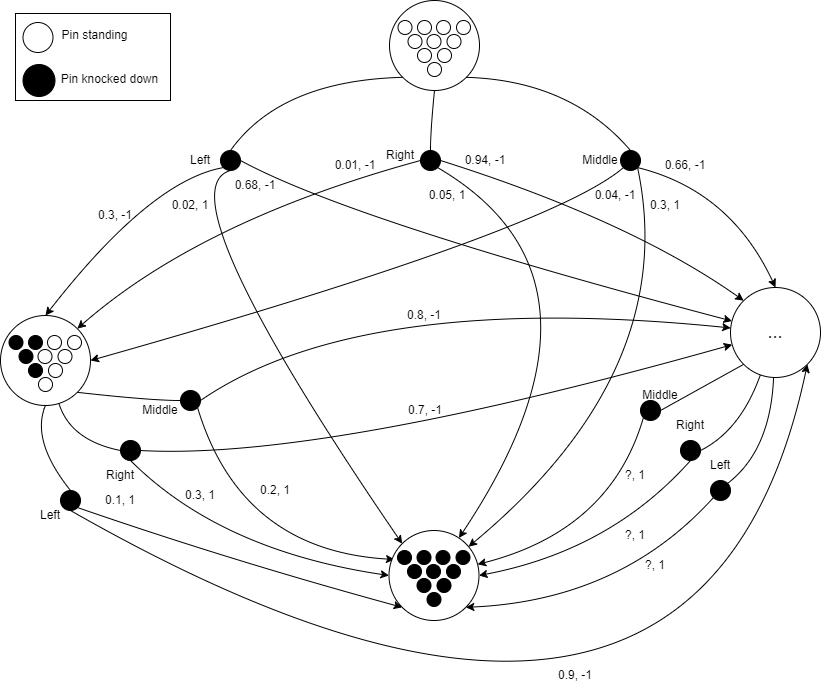
This is RL_Lab2-MDPs_MDP2.drawio.png from MaksimKarnaukh/RL, a draw.io export, as it was before one commit. Source tidied: cells renumbered, new cells last; positions are measured from the earlier drawing's top-left corner, leaving out a move shared by most shapes.
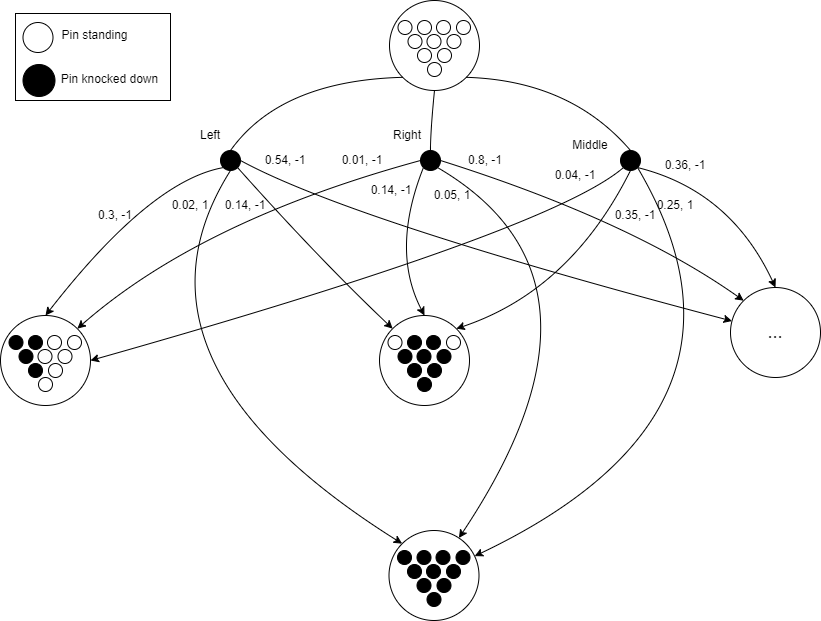
Later version of the same file.

Change to the diagram source:
```diff
@@ -9,7 +9,7 @@
       <mxGeometry x="220" y="150" width="20" height="20" as="geometry" />
     </mxCell>
     <mxCell id="4" value="Left" style="text;html=1;strokeColor=none;fillColor=none;align=center;verticalAlign=middle;whiteSpace=wrap;rounded=0;" parent="1" vertex="1">
-      <mxGeometry x="160" y="145" width="80" height="30" as="geometry" />
+      <mxGeometry x="170" y="120" width="80" height="30" as="geometry" />
     </mxCell>
     <mxCell id="5" style="ellipse;whiteSpace=wrap;html=1;fillColor=#000000;" parent="1" vertex="1">
       <mxGeometry x="420" y="150" width="20" height="20" as="geometry" />
@@ -18,10 +18,10 @@
       <mxGeometry x="620" y="150" width="20" height="20" as="geometry" />
     </mxCell>
     <mxCell id="7" value="Right" style="text;html=1;strokeColor=none;fillColor=none;align=center;verticalAlign=middle;whiteSpace=wrap;rounded=0;" parent="1" vertex="1">
-      <mxGeometry x="360" y="140" width="80" height="30" as="geometry" />
+      <mxGeometry x="366.5" y="120" width="80" height="30" as="geometry" />
     </mxCell>
     <mxCell id="8" value="Middle" style="text;html=1;strokeColor=none;fillColor=none;align=center;verticalAlign=middle;whiteSpace=wrap;rounded=0;" parent="1" vertex="1">
-      <mxGeometry x="560" y="145" width="80" height="30" as="geometry" />
+      <mxGeometry x="550" y="130" width="80" height="30" as="geometry" />
     </mxCell>
     <mxCell id="9" style="curved=1;endArrow=none;html=1;rounded=0;exitX=0;exitY=1;exitDx=0;exitDy=0;entryX=0.5;entryY=0;entryDx=0;entryDy=0;" parent="1" edge="1" source="2" target="3">
       <mxGeometry relative="1" as="geometry">
@@ -61,7 +61,7 @@
     <mxCell id="14" style="curved=1;endArrow=classic;html=1;rounded=0;exitX=0.5;exitY=1;exitDx=0;exitDy=0;entryX=0;entryY=0;entryDx=0;entryDy=0;" parent="1" edge="1" source="3" target="76">
       <mxGeometry relative="1" as="geometry">
         <Array as="points">
-          <mxPoint x="160" y="190" />
+          <mxPoint x="110" y="360" />
         </Array>
       </mxGeometry>
     </mxCell>
@@ -103,201 +103,37 @@
     <mxCell id="20" style="curved=1;endArrow=classic;html=1;rounded=0;exitX=1;exitY=1;exitDx=0;exitDy=0;" parent="1" edge="1" source="6" target="76">
       <mxGeometry relative="1" as="geometry">
         <Array as="points">
-          <mxPoint x="680" y="370" />
+          <mxPoint x="780" y="410" />
         </Array>
       </mxGeometry>
     </mxCell>
-    <mxCell id="21" style="ellipse;whiteSpace=wrap;html=1;fillColor=#000000;" parent="1" vertex="1">
-      <mxGeometry x="120" y="440" width="20" height="20" as="geometry" />
-    </mxCell>
-    <mxCell id="22" style="ellipse;whiteSpace=wrap;html=1;fillColor=#000000;" parent="1" vertex="1">
-      <mxGeometry x="680" y="440" width="20" height="20" as="geometry" />
-    </mxCell>
-    <mxCell id="23" style="curved=1;endArrow=none;html=1;rounded=0;entryX=0;entryY=0.5;entryDx=0;entryDy=0;" parent="1" edge="1" source="87" target="21">
-      <mxGeometry relative="1" as="geometry">
-        <Array as="points">
-          <mxPoint x="70" y="440" />
-        </Array>
-      </mxGeometry>
-    </mxCell>
-    <mxCell id="24" style="curved=1;endArrow=none;html=1;rounded=0;entryX=1;entryY=0.5;entryDx=0;entryDy=0;" parent="1" edge="1" source="98" target="22">
-      <mxGeometry relative="1" as="geometry">
-        <Array as="points">
-          <mxPoint x="740" y="430" />
-        </Array>
-      </mxGeometry>
-    </mxCell>
-    <mxCell id="25" style="curved=1;endArrow=classic;html=1;rounded=0;exitX=0.5;exitY=1;exitDx=0;exitDy=0;entryX=1;entryY=0.5;entryDx=0;entryDy=0;" parent="1" edge="1" source="22" target="76">
-      <mxGeometry relative="1" as="geometry">
-        <Array as="points">
-          <mxPoint x="610" y="550" />
-        </Array>
-      </mxGeometry>
-    </mxCell>
-    <mxCell id="26" style="curved=1;endArrow=classic;html=1;rounded=0;exitX=1;exitY=0.5;exitDx=0;exitDy=0;" parent="1" edge="1" source="21" target="98">
-      <mxGeometry relative="1" as="geometry">
-        <Array as="points">
-          <mxPoint x="320" y="460" />
-        </Array>
-      </mxGeometry>
-    </mxCell>
-    <mxCell id="27" style="curved=1;endArrow=classic;html=1;rounded=0;exitX=0.5;exitY=1;exitDx=0;exitDy=0;entryX=0;entryY=0.5;entryDx=0;entryDy=0;" parent="1" edge="1" source="21" target="76">
-      <mxGeometry relative="1" as="geometry">
-        <Array as="points">
-          <mxPoint x="220" y="550" />
-        </Array>
-      </mxGeometry>
-    </mxCell>
-    <mxCell id="28" style="ellipse;whiteSpace=wrap;html=1;fillColor=#000000;" parent="1" vertex="1">
-      <mxGeometry x="180" y="390" width="20" height="20" as="geometry" />
-    </mxCell>
-    <mxCell id="29" style="ellipse;whiteSpace=wrap;html=1;fillColor=#000000;" parent="1" vertex="1">
-      <mxGeometry x="60" y="490" width="20" height="20" as="geometry" />
-    </mxCell>
-    <mxCell id="30" style="ellipse;whiteSpace=wrap;html=1;fillColor=#000000;" parent="1" vertex="1">
-      <mxGeometry x="640" y="400" width="20" height="20" as="geometry" />
-    </mxCell>
-    <mxCell id="31" style="ellipse;whiteSpace=wrap;html=1;fillColor=#000000;" parent="1" vertex="1">
-      <mxGeometry x="710" y="480" width="20" height="20" as="geometry" />
-    </mxCell>
-    <mxCell id="32" style="curved=1;endArrow=none;html=1;rounded=0;exitX=1;exitY=1;exitDx=0;exitDy=0;entryX=0;entryY=0.5;entryDx=0;entryDy=0;" parent="1" edge="1" source="87" target="28">
-      <mxGeometry relative="1" as="geometry">
-        <Array as="points">
-          <mxPoint x="150" y="400" />
-        </Array>
-      </mxGeometry>
-    </mxCell>
-    <mxCell id="33" style="curved=1;endArrow=none;html=1;rounded=0;exitX=0.5;exitY=1;exitDx=0;exitDy=0;entryX=0.5;entryY=0;entryDx=0;entryDy=0;" parent="1" edge="1" source="87" target="29">
-      <mxGeometry relative="1" as="geometry">
-        <Array as="points">
-          <mxPoint x="30" y="440" />
-        </Array>
-      </mxGeometry>
-    </mxCell>
-    <mxCell id="34" style="curved=1;endArrow=none;html=1;rounded=0;exitX=0;exitY=1;exitDx=0;exitDy=0;entryX=1;entryY=0.5;entryDx=0;entryDy=0;" parent="1" edge="1" source="98" target="30">
-      <mxGeometry relative="1" as="geometry" />
-    </mxCell>
-    <mxCell id="35" style="curved=1;endArrow=none;html=1;rounded=0;entryX=1;entryY=0;entryDx=0;entryDy=0;" parent="1" edge="1" source="98" target="31">
-      <mxGeometry relative="1" as="geometry">
-        <Array as="points">
-          <mxPoint x="770" y="450" />
-        </Array>
-      </mxGeometry>
-    </mxCell>
-    <mxCell id="36" style="curved=1;endArrow=classic;html=1;rounded=0;exitX=1;exitY=1;exitDx=0;exitDy=0;entryX=0;entryY=1;entryDx=0;entryDy=0;" parent="1" edge="1" source="29" target="76">
-      <mxGeometry relative="1" as="geometry">
-        <Array as="points">
-          <mxPoint x="230" y="560" />
-        </Array>
-      </mxGeometry>
-    </mxCell>
-    <mxCell id="37" style="curved=1;endArrow=classic;html=1;rounded=0;exitX=1;exitY=1;exitDx=0;exitDy=0;entryX=0.061;entryY=0.322;entryDx=0;entryDy=0;entryPerimeter=0;" parent="1" edge="1" source="28" target="76">
-      <mxGeometry relative="1" as="geometry">
-        <Array as="points">
-          <mxPoint x="240" y="550" />
-        </Array>
-      </mxGeometry>
-    </mxCell>
-    <mxCell id="38" style="curved=1;endArrow=classic;html=1;rounded=0;exitX=1;exitY=0.5;exitDx=0;exitDy=0;" parent="1" edge="1" source="28" target="98">
-      <mxGeometry relative="1" as="geometry">
-        <Array as="points">
-          <mxPoint x="360" y="290" />
-        </Array>
-      </mxGeometry>
-    </mxCell>
-    <mxCell id="39" style="curved=1;endArrow=classic;html=1;rounded=0;exitX=0;exitY=1;exitDx=0;exitDy=0;entryX=1;entryY=1;entryDx=0;entryDy=0;" parent="1" edge="1" source="31" target="76">
-      <mxGeometry relative="1" as="geometry">
-        <Array as="points">
-          <mxPoint x="620" y="600" />
-        </Array>
-      </mxGeometry>
-    </mxCell>
-    <mxCell id="40" style="curved=1;endArrow=classic;html=1;rounded=0;exitX=0;exitY=1;exitDx=0;exitDy=0;" parent="1" edge="1" source="30" target="76">
-      <mxGeometry relative="1" as="geometry">
-        <Array as="points">
-          <mxPoint x="610" y="530" />
-        </Array>
-      </mxGeometry>
-    </mxCell>
-    <mxCell id="41" style="curved=1;endArrow=classic;html=1;rounded=0;exitX=0.5;exitY=1;exitDx=0;exitDy=0;entryX=1;entryY=1;entryDx=0;entryDy=0;" parent="1" edge="1" source="29" target="98">
-      <mxGeometry relative="1" as="geometry">
-        <Array as="points">
-          <mxPoint x="700" y="870" />
-        </Array>
-      </mxGeometry>
-    </mxCell>
-    <mxCell id="42" value="Left" style="text;html=1;strokeColor=none;fillColor=none;align=center;verticalAlign=middle;whiteSpace=wrap;rounded=0;" parent="1" vertex="1">
-      <mxGeometry x="10" y="500" width="80" height="30" as="geometry" />
-    </mxCell>
-    <mxCell id="43" value="Right" style="text;html=1;strokeColor=none;fillColor=none;align=center;verticalAlign=middle;whiteSpace=wrap;rounded=0;" parent="1" vertex="1">
-      <mxGeometry x="80" y="460" width="80" height="30" as="geometry" />
-    </mxCell>
-    <mxCell id="44" value="Middle" style="text;html=1;strokeColor=none;fillColor=none;align=center;verticalAlign=middle;whiteSpace=wrap;rounded=0;" parent="1" vertex="1">
-      <mxGeometry x="120" y="395" width="80" height="30" as="geometry" />
-    </mxCell>
-    <mxCell id="45" value="Middle" style="text;html=1;strokeColor=none;fillColor=none;align=center;verticalAlign=middle;whiteSpace=wrap;rounded=0;" parent="1" vertex="1">
-      <mxGeometry x="620" y="380" width="80" height="30" as="geometry" />
-    </mxCell>
-    <mxCell id="46" value="Right" style="text;html=1;strokeColor=none;fillColor=none;align=center;verticalAlign=middle;whiteSpace=wrap;rounded=0;" parent="1" vertex="1">
-      <mxGeometry x="650" y="410" width="80" height="30" as="geometry" />
-    </mxCell>
-    <mxCell id="47" value="Left" style="text;html=1;strokeColor=none;fillColor=none;align=center;verticalAlign=middle;whiteSpace=wrap;rounded=0;" parent="1" vertex="1">
-      <mxGeometry x="680" y="450" width="80" height="30" as="geometry" />
-    </mxCell>
     <mxCell id="48" value="0.3, -1" style="text;html=1;strokeColor=none;fillColor=none;align=center;verticalAlign=middle;whiteSpace=wrap;rounded=0;" parent="1" vertex="1">
       <mxGeometry x="80" y="200" width="70" height="30" as="geometry" />
     </mxCell>
     <mxCell id="49" value="0.02, 1" style="text;html=1;strokeColor=none;fillColor=none;align=center;verticalAlign=middle;whiteSpace=wrap;rounded=0;" parent="1" vertex="1">
       <mxGeometry x="155" y="190" width="70" height="30" as="geometry" />
     </mxCell>
-    <mxCell id="50" value="0.68, -1" style="text;html=1;strokeColor=none;fillColor=none;align=center;verticalAlign=middle;whiteSpace=wrap;rounded=0;" parent="1" vertex="1">
-      <mxGeometry x="220" y="170" width="70" height="30" as="geometry" />
+    <mxCell id="50" value="0.54, -1" style="text;html=1;strokeColor=none;fillColor=none;align=center;verticalAlign=middle;whiteSpace=wrap;rounded=0;" parent="1" vertex="1">
+      <mxGeometry x="250" y="145" width="70" height="30" as="geometry" />
     </mxCell>
     <mxCell id="51" value="0.01, -1" style="text;html=1;strokeColor=none;fillColor=none;align=center;verticalAlign=middle;whiteSpace=wrap;rounded=0;" parent="1" vertex="1">
-      <mxGeometry x="320" y="150" width="70" height="30" as="geometry" />
+      <mxGeometry x="327" y="145" width="70" height="30" as="geometry" />
     </mxCell>
     <mxCell id="52" value="0.05, 1" style="text;html=1;strokeColor=none;fillColor=none;align=center;verticalAlign=middle;whiteSpace=wrap;rounded=0;" parent="1" vertex="1">
-      <mxGeometry x="411.5" y="180" width="70" height="30" as="geometry" />
+      <mxGeometry x="416.5" y="180" width="70" height="30" as="geometry" />
     </mxCell>
-    <mxCell id="53" value="0.94, -1" style="text;html=1;strokeColor=none;fillColor=none;align=center;verticalAlign=middle;whiteSpace=wrap;rounded=0;" parent="1" vertex="1">
+    <mxCell id="53" value="0.8, -1" style="text;html=1;strokeColor=none;fillColor=none;align=center;verticalAlign=middle;whiteSpace=wrap;rounded=0;" parent="1" vertex="1">
       <mxGeometry x="450" y="145" width="70" height="30" as="geometry" />
     </mxCell>
-    <mxCell id="54" value="0.66, -1" style="text;html=1;strokeColor=none;fillColor=none;align=center;verticalAlign=middle;whiteSpace=wrap;rounded=0;" parent="1" vertex="1">
+    <mxCell id="54" value="0.36, -1" style="text;html=1;strokeColor=none;fillColor=none;align=center;verticalAlign=middle;whiteSpace=wrap;rounded=0;" parent="1" vertex="1">
       <mxGeometry x="650" y="150" width="70" height="30" as="geometry" />
     </mxCell>
-    <mxCell id="55" value="0.3, 1" style="text;html=1;strokeColor=none;fillColor=none;align=center;verticalAlign=middle;whiteSpace=wrap;rounded=0;" parent="1" vertex="1">
-      <mxGeometry x="630" y="190" width="70" height="30" as="geometry" />
+    <mxCell id="55" value="0.25, 1" style="text;html=1;strokeColor=none;fillColor=none;align=center;verticalAlign=middle;whiteSpace=wrap;rounded=0;" parent="1" vertex="1">
+      <mxGeometry x="640" y="190" width="70" height="30" as="geometry" />
     </mxCell>
     <mxCell id="56" value="0.04, -1" style="text;html=1;strokeColor=none;fillColor=none;align=center;verticalAlign=middle;whiteSpace=wrap;rounded=0;" parent="1" vertex="1">
-      <mxGeometry x="580" y="180" width="70" height="30" as="geometry" />
+      <mxGeometry x="540" y="160" width="70" height="30" as="geometry" />
     </mxCell>
-    <mxCell id="57" value="0.8, -1" style="text;html=1;strokeColor=none;fillColor=none;align=center;verticalAlign=middle;whiteSpace=wrap;rounded=0;" parent="1" vertex="1">
-      <mxGeometry x="389" y="300" width="70" height="30" as="geometry" />
-    </mxCell>
-    <mxCell id="58" value="0.7, -1" style="text;html=1;strokeColor=none;fillColor=none;align=center;verticalAlign=middle;whiteSpace=wrap;rounded=0;" parent="1" vertex="1">
-      <mxGeometry x="390" y="395" width="70" height="30" as="geometry" />
-    </mxCell>
-    <mxCell id="59" value="0.2, 1" style="text;html=1;strokeColor=none;fillColor=none;align=center;verticalAlign=middle;whiteSpace=wrap;rounded=0;" parent="1" vertex="1">
-      <mxGeometry x="240" y="475" width="70" height="30" as="geometry" />
-    </mxCell>
-    <mxCell id="60" value="0.3, 1" style="text;html=1;strokeColor=none;fillColor=none;align=center;verticalAlign=middle;whiteSpace=wrap;rounded=0;" parent="1" vertex="1">
-      <mxGeometry x="165" y="480" width="70" height="30" as="geometry" />
-    </mxCell>
-    <mxCell id="61" value="0.1, 1" style="text;html=1;strokeColor=none;fillColor=none;align=center;verticalAlign=middle;whiteSpace=wrap;rounded=0;" parent="1" vertex="1">
-      <mxGeometry x="85" y="485" width="70" height="30" as="geometry" />
-    </mxCell>
-    <mxCell id="62" value="0.9, -1" style="text;html=1;strokeColor=none;fillColor=none;align=center;verticalAlign=middle;whiteSpace=wrap;rounded=0;" parent="1" vertex="1">
-      <mxGeometry x="540" y="660" width="70" height="30" as="geometry" />
-    </mxCell>
-    <mxCell id="63" value="?, 1" style="text;html=1;strokeColor=none;fillColor=none;align=center;verticalAlign=middle;whiteSpace=wrap;rounded=0;" parent="1" vertex="1">
-      <mxGeometry x="620" y="550" width="70" height="30" as="geometry" />
-    </mxCell>
-    <mxCell id="64" value="?, 1" style="text;html=1;strokeColor=none;fillColor=none;align=center;verticalAlign=middle;whiteSpace=wrap;rounded=0;" parent="1" vertex="1">
-      <mxGeometry x="600" y="520" width="70" height="30" as="geometry" />
-    </mxCell>
-    <mxCell id="65" value="?, 1" style="text;html=1;strokeColor=none;fillColor=none;align=center;verticalAlign=middle;whiteSpace=wrap;rounded=0;" parent="1" vertex="1">
-      <mxGeometry x="600" y="460" width="70" height="30" as="geometry" />
-    </mxCell>
     <mxCell id="66" style="ellipse;whiteSpace=wrap;html=1;" parent="1" vertex="1">
       <mxGeometry x="397.5" y="20" width="14" height="14" as="geometry" />
     </mxCell>
@@ -412,5 +248,68 @@
     <mxCell id="103" value="Pin knocked down" style="text;html=1;strokeColor=none;fillColor=none;align=center;verticalAlign=middle;whiteSpace=wrap;rounded=0;" parent="1" vertex="1">
       <mxGeometry x="45" y="64" width="128.5" height="30" as="geometry" />
     </mxCell>
+    <mxCell id="104" style="ellipse;whiteSpace=wrap;html=1;" parent="1" vertex="1">
+      <mxGeometry x="379" y="315" width="90" height="90" as="geometry" />
+    </mxCell>
+    <mxCell id="105" style="ellipse;whiteSpace=wrap;html=1;fillColor=#FFFFFF;" parent="1" vertex="1">
+      <mxGeometry x="387.5" y="335" width="14" height="14" as="geometry" />
+    </mxCell>
+    <mxCell id="106" style="ellipse;whiteSpace=wrap;html=1;fillColor=#000000;" parent="1" vertex="1">
+      <mxGeometry x="407" y="335" width="14" height="14" as="geometry" />
+    </mxCell>
+    <mxCell id="107" style="ellipse;whiteSpace=wrap;html=1;fillColor=#000000;" parent="1" vertex="1">
+      <mxGeometry x="426" y="335" width="14" height="14" as="geometry" />
+    </mxCell>
+    <mxCell id="108" style="ellipse;whiteSpace=wrap;html=1;" parent="1" vertex="1">
+      <mxGeometry x="446" y="335" width="14" height="14" as="geometry" />
+    </mxCell>
+    <mxCell id="109" style="ellipse;whiteSpace=wrap;html=1;fillColor=#000000;" parent="1" vertex="1">
+      <mxGeometry x="397.5" y="349" width="14" height="14" as="geometry" />
+    </mxCell>
+    <mxCell id="110" style="ellipse;whiteSpace=wrap;html=1;fillColor=#000000;" parent="1" vertex="1">
+      <mxGeometry x="416.5" y="349" width="14" height="14" as="geometry" />
+    </mxCell>
+    <mxCell id="111" style="ellipse;whiteSpace=wrap;html=1;fillColor=#000000;" parent="1" vertex="1">
+      <mxGeometry x="436.5" y="349" width="14" height="14" as="geometry" />
+    </mxCell>
+    <mxCell id="112" style="ellipse;whiteSpace=wrap;html=1;fillColor=#000000;" parent="1" vertex="1">
+      <mxGeometry x="407" y="363" width="14" height="14" as="geometry" />
+    </mxCell>
+    <mxCell id="113" style="ellipse;whiteSpace=wrap;html=1;fillColor=#000000;" parent="1" vertex="1">
+      <mxGeometry x="427" y="363" width="14" height="14" as="geometry" />
+    </mxCell>
+    <mxCell id="114" style="ellipse;whiteSpace=wrap;html=1;fillColor=#000000;" parent="1" vertex="1">
+      <mxGeometry x="417" y="377" width="14" height="14" as="geometry" />
+    </mxCell>
+    <mxCell id="115" style="curved=1;endArrow=classic;html=1;rounded=0;exitX=1;exitY=1;exitDx=0;exitDy=0;entryX=0;entryY=0;entryDx=0;entryDy=0;" parent="1" edge="1" source="3" target="104">
+      <mxGeometry relative="1" as="geometry">
+        <Array as="points">
+          <mxPoint x="320" y="260" />
+        </Array>
+      </mxGeometry>
+    </mxCell>
+    <mxCell id="116" style="curved=1;endArrow=classic;html=1;rounded=0;entryX=0.5;entryY=0;entryDx=0;entryDy=0;exitX=0;exitY=1;exitDx=0;exitDy=0;" parent="1" edge="1" source="5" target="104">
+      <mxGeometry relative="1" as="geometry">
+        <Array as="points">
+          <mxPoint x="390" y="250" />
+        </Array>
+      </mxGeometry>
+    </mxCell>
+    <mxCell id="117" style="curved=1;endArrow=classic;html=1;rounded=0;entryX=1;entryY=0;entryDx=0;entryDy=0;exitX=0.5;exitY=1;exitDx=0;exitDy=0;" parent="1" edge="1" source="6" target="104">
+      <mxGeometry relative="1" as="geometry">
+        <Array as="points">
+          <mxPoint x="570" y="290" />
+        </Array>
+      </mxGeometry>
+    </mxCell>
+    <mxCell id="118" value="0.35, -1" style="text;html=1;strokeColor=none;fillColor=none;align=center;verticalAlign=middle;whiteSpace=wrap;rounded=0;" parent="1" vertex="1">
+      <mxGeometry x="600" y="200" width="70" height="30" as="geometry" />
+    </mxCell>
+    <mxCell id="119" value="0.14, -1" style="text;html=1;strokeColor=none;fillColor=none;align=center;verticalAlign=middle;whiteSpace=wrap;rounded=0;" parent="1" vertex="1">
+      <mxGeometry x="356" y="175" width="70" height="30" as="geometry" />
+    </mxCell>
+    <mxCell id="120" value="0.14, -1" style="text;html=1;strokeColor=none;fillColor=none;align=center;verticalAlign=middle;whiteSpace=wrap;rounded=0;" parent="1" vertex="1">
+      <mxGeometry x="210" y="190" width="70" height="30" as="geometry" />
+    </mxCell>
   </root>
 </mxGraphModel>
```
